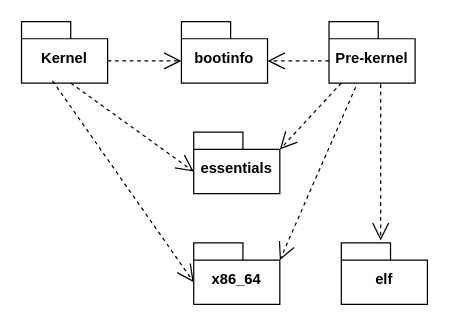
The draw.io diagram wiki/diagrams/boot-package/bp.drawio in NathanKolpa/zenix, before the edit. Source tidied: cells renumbered, new cells numbered last; positions are measured from the earlier drawing's top-left corner, leaving out a move shared by most shapes. Both pictures are drawn from the tidied source at 123%, with x=0, y=0 at pixel (21, 21).
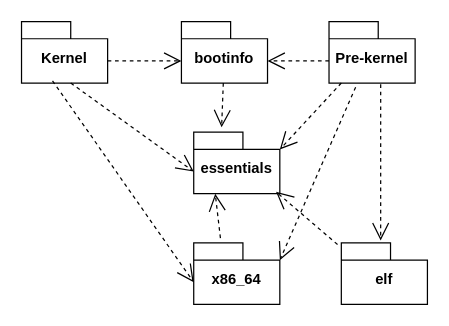
After the change.

Change to the diagram source:
```diff
@@
 <mxGraphModel>
   <root>
     <mxCell id="0" />
     <mxCell id="1" parent="0" />
     <mxCell id="2" value="Kernel" style="shape=folder;fontStyle=1;spacingTop=10;tabWidth=40;tabHeight=14;tabPosition=left;html=1;whiteSpace=wrap;" parent="1" vertex="1">
       <mxGeometry width="70" height="50" as="geometry" />
     </mxCell>
     <mxCell id="3" value="Pre-kernel" style="shape=folder;fontStyle=1;spacingTop=10;tabWidth=40;tabHeight=14;tabPosition=left;html=1;whiteSpace=wrap;" parent="1" vertex="1">
       <mxGeometry x="250" width="70" height="50" as="geometry" />
     </mxCell>
     <mxCell id="4" value="elf" style="shape=folder;fontStyle=1;spacingTop=10;tabWidth=40;tabHeight=14;tabPosition=left;html=1;whiteSpace=wrap;" parent="1" vertex="1">
       <mxGeometry x="260" y="180" width="70" height="50" as="geometry" />
     </mxCell>
     <mxCell id="5" value="bootinfo" style="shape=folder;fontStyle=1;spacingTop=10;tabWidth=40;tabHeight=14;tabPosition=left;html=1;whiteSpace=wrap;" parent="1" vertex="1">
       <mxGeometry x="130" width="70" height="50" as="geometry" />
     </mxCell>
     <mxCell id="6" value="essentials" style="shape=folder;fontStyle=1;spacingTop=10;tabWidth=40;tabHeight=14;tabPosition=left;html=1;whiteSpace=wrap;" parent="1" vertex="1">
       <mxGeometry x="140" y="90" width="70" height="50" as="geometry" />
     </mxCell>
     <mxCell id="7" value="x86_64" style="shape=folder;fontStyle=1;spacingTop=10;tabWidth=40;tabHeight=14;tabPosition=left;html=1;whiteSpace=wrap;" parent="1" vertex="1">
       <mxGeometry x="140" y="180" width="70" height="50" as="geometry" />
     </mxCell>
     <mxCell id="8" style="endArrow=open;endSize=12;dashed=1;html=1;rounded=0;exitX=0.6;exitY=1.02;exitDx=0;exitDy=0;exitPerimeter=0;entryX=0.457;entryY=-0.04;entryDx=0;entryDy=0;entryPerimeter=0;" parent="1" edge="1" source="3" target="4">
       <mxGeometry relative="1" as="geometry" />
     </mxCell>
     <mxCell id="9" style="endArrow=open;endSize=12;dashed=1;html=1;rounded=0;exitX=0.6;exitY=1.02;exitDx=0;exitDy=0;exitPerimeter=0;entryX=0;entryY=0;entryDx=70;entryDy=14;entryPerimeter=0;" parent="1" edge="1" target="6">
       <mxGeometry relative="1" as="geometry">
         <mxPoint x="260" y="50" as="sourcePoint" />
       </mxGeometry>
     </mxCell>
     <mxCell id="10" style="endArrow=open;endSize=12;dashed=1;html=1;rounded=0;exitX=0.309;exitY=1.068;exitDx=0;exitDy=0;exitPerimeter=0;entryX=0;entryY=0;entryDx=70;entryDy=14;entryPerimeter=0;" parent="1" edge="1" source="3" target="7">
       <mxGeometry relative="1" as="geometry" />
     </mxCell>
     <mxCell id="11" style="endArrow=open;endSize=12;dashed=1;html=1;rounded=0;exitX=0;exitY=0;exitDx=0;exitDy=32;exitPerimeter=0;entryX=0;entryY=0;entryDx=70;entryDy=32;entryPerimeter=0;" parent="1" edge="1" source="3" target="5">
       <mxGeometry relative="1" as="geometry" />
     </mxCell>
     <mxCell id="12" style="endArrow=open;endSize=12;dashed=1;html=1;rounded=0;exitX=0;exitY=0;exitDx=70;exitDy=32;exitPerimeter=0;entryX=0;entryY=0;entryDx=0;entryDy=32;entryPerimeter=0;" parent="1" edge="1" source="2" target="5">
       <mxGeometry relative="1" as="geometry" />
     </mxCell>
     <mxCell id="13" style="endArrow=open;endSize=12;dashed=1;html=1;rounded=0;exitX=0;exitY=0;exitDx=70;exitDy=32;exitPerimeter=0;entryX=0;entryY=0;entryDx=0;entryDy=32;entryPerimeter=0;" parent="1" edge="1" target="6">
       <mxGeometry relative="1" as="geometry">
         <mxPoint x="40" y="50" as="sourcePoint" />
       </mxGeometry>
     </mxCell>
     <mxCell id="14" style="endArrow=open;endSize=12;dashed=1;html=1;rounded=0;exitX=0.36;exitY=0.964;exitDx=0;exitDy=0;exitPerimeter=0;entryX=0;entryY=0;entryDx=0;entryDy=32;entryPerimeter=0;" parent="1" edge="1" source="2" target="7">
       <mxGeometry relative="1" as="geometry" />
     </mxCell>
+    <mxCell id="15" style="endArrow=open;endSize=12;dashed=1;html=1;rounded=0;entryX=0.324;entryY=-0.079;entryDx=0;entryDy=0;entryPerimeter=0;" parent="1" edge="1" source="5" target="6">
+      <mxGeometry relative="1" as="geometry" />
+    </mxCell>
+    <mxCell id="16" style="endArrow=open;endSize=12;dashed=1;html=1;rounded=0;entryX=0.25;entryY=1;entryDx=0;entryDy=0;entryPerimeter=0;exitX=0.31;exitY=-0.079;exitDx=0;exitDy=0;exitPerimeter=0;" parent="1" edge="1" source="7" target="6">
+      <mxGeometry relative="1" as="geometry" />
+    </mxCell>
+    <mxCell id="17" style="endArrow=open;endSize=12;dashed=1;html=1;rounded=0;entryX=0.956;entryY=0.969;entryDx=0;entryDy=0;entryPerimeter=0;exitX=-0.044;exitY=0.026;exitDx=0;exitDy=0;exitPerimeter=0;" parent="1" edge="1" source="4" target="6">
+      <mxGeometry relative="1" as="geometry" />
+    </mxCell>
   </root>
 </mxGraphModel>
```
